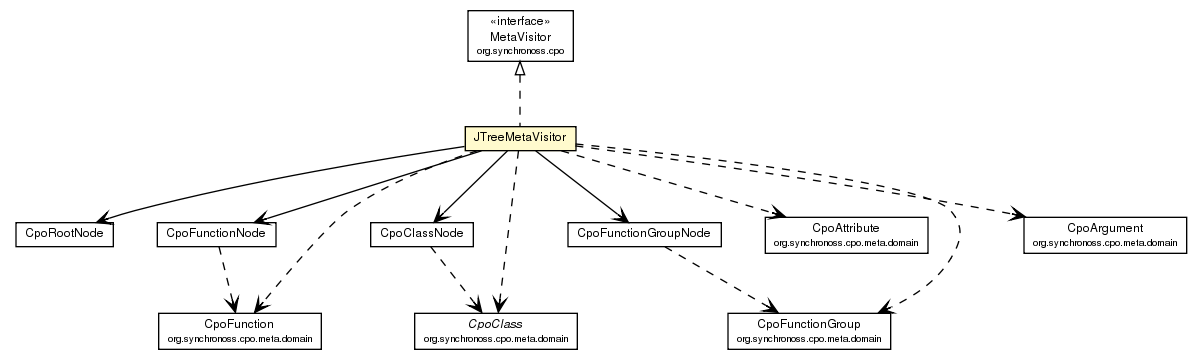
Earlier version of the Graphviz export site/apidocs/org/synchronoss/cpo/util/JTreeMetaVisitor.png (synchronoss/cpo-util). Its source is kept beside it as site/apidocs/org/synchronoss/cpo/util/JTreeMetaVisitor.dot. Its diagram source:
```dot

digraph G {
	edge [fontname="Helvetica",fontsize=10,labelfontname="Helvetica",labelfontsize=10];
	node [fontname="Helvetica",fontsize=10,shape=plaintext];
	c1707 [label=<<table border="0" cellborder="1" cellspacing="0" cellpadding="2" port="p" bgcolor="lemonChiffon" href="./JTreeMetaVisitor.html">
		<tr><td><table border="0" cellspacing="0" cellpadding="1">
			<tr><td> JTreeMetaVisitor </td></tr>
		</table></td></tr>
		</table>>, fontname="Helvetica", fontcolor="black", fontsize=9.0];
	c1715 [label=<<table border="0" cellborder="1" cellspacing="0" cellpadding="2" port="p" href="./CpoRootNode.html">
		<tr><td><table border="0" cellspacing="0" cellpadding="1">
			<tr><td> CpoRootNode </td></tr>
		</table></td></tr>
		</table>>, fontname="Helvetica", fontcolor="black", fontsize=9.0];
	c1721 [label=<<table border="0" cellborder="1" cellspacing="0" cellpadding="2" port="p" href="./CpoFunctionNode.html">
		<tr><td><table border="0" cellspacing="0" cellpadding="1">
			<tr><td> CpoFunctionNode </td></tr>
		</table></td></tr>
		</table>>, fontname="Helvetica", fontcolor="black", fontsize=9.0];
	c1723 [label=<<table border="0" cellborder="1" cellspacing="0" cellpadding="2" port="p" href="./CpoClassNode.html">
		<tr><td><table border="0" cellspacing="0" cellpadding="1">
			<tr><td> CpoClassNode </td></tr>
		</table></td></tr>
		</table>>, fontname="Helvetica", fontcolor="black", fontsize=9.0];
	c1728 [label=<<table border="0" cellborder="1" cellspacing="0" cellpadding="2" port="p" href="./CpoFunctionGroupNode.html">
		<tr><td><table border="0" cellspacing="0" cellpadding="1">
			<tr><td> CpoFunctionGroupNode </td></tr>
		</table></td></tr>
		</table>>, fontname="Helvetica", fontcolor="black", fontsize=9.0];
	c1764:p -> c1707:p [dir=back,arrowtail=empty,style=dashed];
	c1707:p -> c1715:p [taillabel="", label="", headlabel="", fontname="Helvetica", fontcolor="black", fontsize=10.0, color="black", arrowhead=open];
	c1707:p -> c1723:p [taillabel="", label="", headlabel="", fontname="Helvetica", fontcolor="black", fontsize=10.0, color="black", arrowhead=open];
	c1707:p -> c1728:p [taillabel="", label="", headlabel="", fontname="Helvetica", fontcolor="black", fontsize=10.0, color="black", arrowhead=open];
	c1707:p -> c1721:p [taillabel="", label="", headlabel="", fontname="Helvetica", fontcolor="black", fontsize=10.0, color="black", arrowhead=open];
	c1707:p -> c1765:p [taillabel="", label="", headlabel="", fontname="Helvetica", fontcolor="black", fontsize=10.0, color="black", arrowhead=open, style=dashed];
	c1707:p -> c1766:p [taillabel="", label="", headlabel="", fontname="Helvetica", fontcolor="black", fontsize=10.0, color="black", arrowhead=open, style=dashed];
	c1707:p -> c1767:p [taillabel="", label="", headlabel="", fontname="Helvetica", fontcolor="black", fontsize=10.0, color="black", arrowhead=open, style=dashed];
	c1707:p -> c1769:p [taillabel="", label="", headlabel="", fontname="Helvetica", fontcolor="black", fontsize=10.0, color="black", arrowhead=open, style=dashed];
	c1707:p -> c1770:p [taillabel="", label="", headlabel="", fontname="Helvetica", fontcolor="black", fontsize=10.0, color="black", arrowhead=open, style=dashed];
	c1721:p -> c1766:p [taillabel="", label="", headlabel="", fontname="Helvetica", fontcolor="black", fontsize=10.0, color="black", arrowhead=open, style=dashed];
	c1723:p -> c1765:p [taillabel="", label="", headlabel="", fontname="Helvetica", fontcolor="black", fontsize=10.0, color="black", arrowhead=open, style=dashed];
	c1728:p -> c1769:p [taillabel="", label="", headlabel="", fontname="Helvetica", fontcolor="black", fontsize=10.0, color="black", arrowhead=open, style=dashed];
	c1765 [label=<<table border="0" cellborder="1" cellspacing="0" cellpadding="2" port="p" href="http://java.sun.com/j2se/1.4.2/docs/api/org/synchronoss/cpo/meta/domain/CpoClass.html">
		<tr><td><table border="0" cellspacing="0" cellpadding="1">
			<tr><td><font face="Helvetica-Oblique"> CpoClass </font></td></tr>
			<tr><td><font point-size="7.0"> org.synchronoss.cpo.meta.domain </font></td></tr>
		</table></td></tr>
		</table>>, fontname="Helvetica", fontcolor="black", fontsize=9.0];
	c1770 [label=<<table border="0" cellborder="1" cellspacing="0" cellpadding="2" port="p" href="http://java.sun.com/j2se/1.4.2/docs/api/org/synchronoss/cpo/meta/domain/CpoArgument.html">
		<tr><td><table border="0" cellspacing="0" cellpadding="1">
			<tr><td> CpoArgument </td></tr>
			<tr><td><font point-size="7.0"> org.synchronoss.cpo.meta.domain </font></td></tr>
		</table></td></tr>
		</table>>, fontname="Helvetica", fontcolor="black", fontsize=9.0];
	c1767 [label=<<table border="0" cellborder="1" cellspacing="0" cellpadding="2" port="p" href="http://java.sun.com/j2se/1.4.2/docs/api/org/synchronoss/cpo/meta/domain/CpoAttribute.html">
		<tr><td><table border="0" cellspacing="0" cellpadding="1">
			<tr><td> CpoAttribute </td></tr>
			<tr><td><font point-size="7.0"> org.synchronoss.cpo.meta.domain </font></td></tr>
		</table></td></tr>
		</table>>, fontname="Helvetica", fontcolor="black", fontsize=9.0];
	c1766 [label=<<table border="0" cellborder="1" cellspacing="0" cellpadding="2" port="p" href="http://java.sun.com/j2se/1.4.2/docs/api/org/synchronoss/cpo/meta/domain/CpoFunction.html">
		<tr><td><table border="0" cellspacing="0" cellpadding="1">
			<tr><td> CpoFunction </td></tr>
			<tr><td><font point-size="7.0"> org.synchronoss.cpo.meta.domain </font></td></tr>
		</table></td></tr>
		</table>>, fontname="Helvetica", fontcolor="black", fontsize=9.0];
	c1769 [label=<<table border="0" cellborder="1" cellspacing="0" cellpadding="2" port="p" href="http://java.sun.com/j2se/1.4.2/docs/api/org/synchronoss/cpo/meta/domain/CpoFunctionGroup.html">
		<tr><td><table border="0" cellspacing="0" cellpadding="1">
			<tr><td> CpoFunctionGroup </td></tr>
			<tr><td><font point-size="7.0"> org.synchronoss.cpo.meta.domain </font></td></tr>
		</table></td></tr>
		</table>>, fontname="Helvetica", fontcolor="black", fontsize=9.0];
	c1764 [label=<<table border="0" cellborder="1" cellspacing="0" cellpadding="2" port="p" href="http://java.sun.com/j2se/1.4.2/docs/api/org/synchronoss/cpo/MetaVisitor.html">
		<tr><td><table border="0" cellspacing="0" cellpadding="1">
			<tr><td> &laquo;interface&raquo; </td></tr>
			<tr><td> MetaVisitor </td></tr>
			<tr><td><font point-size="7.0"> org.synchronoss.cpo </font></td></tr>
		</table></td></tr>
		</table>>, fontname="Helvetica", fontcolor="black", fontsize=9.0];
}
```
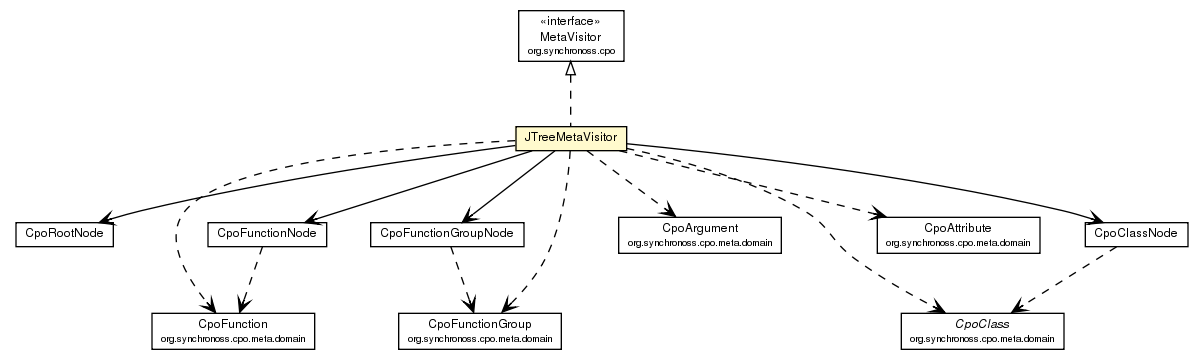
The same diagram one commit later.

What changed in the source:
```diff
@@ -34,37 +34,37 @@
 	c1707:p -> c1721:p [taillabel="", label="", headlabel="", fontname="Helvetica", fontcolor="black", fontsize=10.0, color="black", arrowhead=open];
 	c1707:p -> c1765:p [taillabel="", label="", headlabel="", fontname="Helvetica", fontcolor="black", fontsize=10.0, color="black", arrowhead=open, style=dashed];
 	c1707:p -> c1766:p [taillabel="", label="", headlabel="", fontname="Helvetica", fontcolor="black", fontsize=10.0, color="black", arrowhead=open, style=dashed];
-	c1707:p -> c1767:p [taillabel="", label="", headlabel="", fontname="Helvetica", fontcolor="black", fontsize=10.0, color="black", arrowhead=open, style=dashed];
+	c1707:p -> c1768:p [taillabel="", label="", headlabel="", fontname="Helvetica", fontcolor="black", fontsize=10.0, color="black", arrowhead=open, style=dashed];
 	c1707:p -> c1769:p [taillabel="", label="", headlabel="", fontname="Helvetica", fontcolor="black", fontsize=10.0, color="black", arrowhead=open, style=dashed];
 	c1707:p -> c1770:p [taillabel="", label="", headlabel="", fontname="Helvetica", fontcolor="black", fontsize=10.0, color="black", arrowhead=open, style=dashed];
-	c1721:p -> c1766:p [taillabel="", label="", headlabel="", fontname="Helvetica", fontcolor="black", fontsize=10.0, color="black", arrowhead=open, style=dashed];
-	c1723:p -> c1765:p [taillabel="", label="", headlabel="", fontname="Helvetica", fontcolor="black", fontsize=10.0, color="black", arrowhead=open, style=dashed];
-	c1728:p -> c1769:p [taillabel="", label="", headlabel="", fontname="Helvetica", fontcolor="black", fontsize=10.0, color="black", arrowhead=open, style=dashed];
-	c1765 [label=<<table border="0" cellborder="1" cellspacing="0" cellpadding="2" port="p" href="http://java.sun.com/j2se/1.4.2/docs/api/org/synchronoss/cpo/meta/domain/CpoClass.html">
+	c1721:p -> c1765:p [taillabel="", label="", headlabel="", fontname="Helvetica", fontcolor="black", fontsize=10.0, color="black", arrowhead=open, style=dashed];
+	c1723:p -> c1770:p [taillabel="", label="", headlabel="", fontname="Helvetica", fontcolor="black", fontsize=10.0, color="black", arrowhead=open, style=dashed];
+	c1728:p -> c1768:p [taillabel="", label="", headlabel="", fontname="Helvetica", fontcolor="black", fontsize=10.0, color="black", arrowhead=open, style=dashed];
+	c1770 [label=<<table border="0" cellborder="1" cellspacing="0" cellpadding="2" port="p" href="http://java.sun.com/j2se/1.4.2/docs/api/org/synchronoss/cpo/meta/domain/CpoClass.html">
 		<tr><td><table border="0" cellspacing="0" cellpadding="1">
 			<tr><td><font face="Helvetica-Oblique"> CpoClass </font></td></tr>
 			<tr><td><font point-size="7.0"> org.synchronoss.cpo.meta.domain </font></td></tr>
 		</table></td></tr>
 		</table>>, fontname="Helvetica", fontcolor="black", fontsize=9.0];
-	c1770 [label=<<table border="0" cellborder="1" cellspacing="0" cellpadding="2" port="p" href="http://java.sun.com/j2se/1.4.2/docs/api/org/synchronoss/cpo/meta/domain/CpoArgument.html">
+	c1766 [label=<<table border="0" cellborder="1" cellspacing="0" cellpadding="2" port="p" href="http://java.sun.com/j2se/1.4.2/docs/api/org/synchronoss/cpo/meta/domain/CpoArgument.html">
 		<tr><td><table border="0" cellspacing="0" cellpadding="1">
 			<tr><td> CpoArgument </td></tr>
 			<tr><td><font point-size="7.0"> org.synchronoss.cpo.meta.domain </font></td></tr>
 		</table></td></tr>
 		</table>>, fontname="Helvetica", fontcolor="black", fontsize=9.0];
-	c1767 [label=<<table border="0" cellborder="1" cellspacing="0" cellpadding="2" port="p" href="http://java.sun.com/j2se/1.4.2/docs/api/org/synchronoss/cpo/meta/domain/CpoAttribute.html">
+	c1769 [label=<<table border="0" cellborder="1" cellspacing="0" cellpadding="2" port="p" href="http://java.sun.com/j2se/1.4.2/docs/api/org/synchronoss/cpo/meta/domain/CpoAttribute.html">
 		<tr><td><table border="0" cellspacing="0" cellpadding="1">
 			<tr><td> CpoAttribute </td></tr>
 			<tr><td><font point-size="7.0"> org.synchronoss.cpo.meta.domain </font></td></tr>
 		</table></td></tr>
 		</table>>, fontname="Helvetica", fontcolor="black", fontsize=9.0];
-	c1766 [label=<<table border="0" cellborder="1" cellspacing="0" cellpadding="2" port="p" href="http://java.sun.com/j2se/1.4.2/docs/api/org/synchronoss/cpo/meta/domain/CpoFunction.html">
+	c1765 [label=<<table border="0" cellborder="1" cellspacing="0" cellpadding="2" port="p" href="http://java.sun.com/j2se/1.4.2/docs/api/org/synchronoss/cpo/meta/domain/CpoFunction.html">
 		<tr><td><table border="0" cellspacing="0" cellpadding="1">
 			<tr><td> CpoFunction </td></tr>
 			<tr><td><font point-size="7.0"> org.synchronoss.cpo.meta.domain </font></td></tr>
 		</table></td></tr>
 		</table>>, fontname="Helvetica", fontcolor="black", fontsize=9.0];
-	c1769 [label=<<table border="0" cellborder="1" cellspacing="0" cellpadding="2" port="p" href="http://java.sun.com/j2se/1.4.2/docs/api/org/synchronoss/cpo/meta/domain/CpoFunctionGroup.html">
+	c1768 [label=<<table border="0" cellborder="1" cellspacing="0" cellpadding="2" port="p" href="http://java.sun.com/j2se/1.4.2/docs/api/org/synchronoss/cpo/meta/domain/CpoFunctionGroup.html">
 		<tr><td><table border="0" cellspacing="0" cellpadding="1">
 			<tr><td> CpoFunctionGroup </td></tr>
 			<tr><td><font point-size="7.0"> org.synchronoss.cpo.meta.domain </font></td></tr>
```
